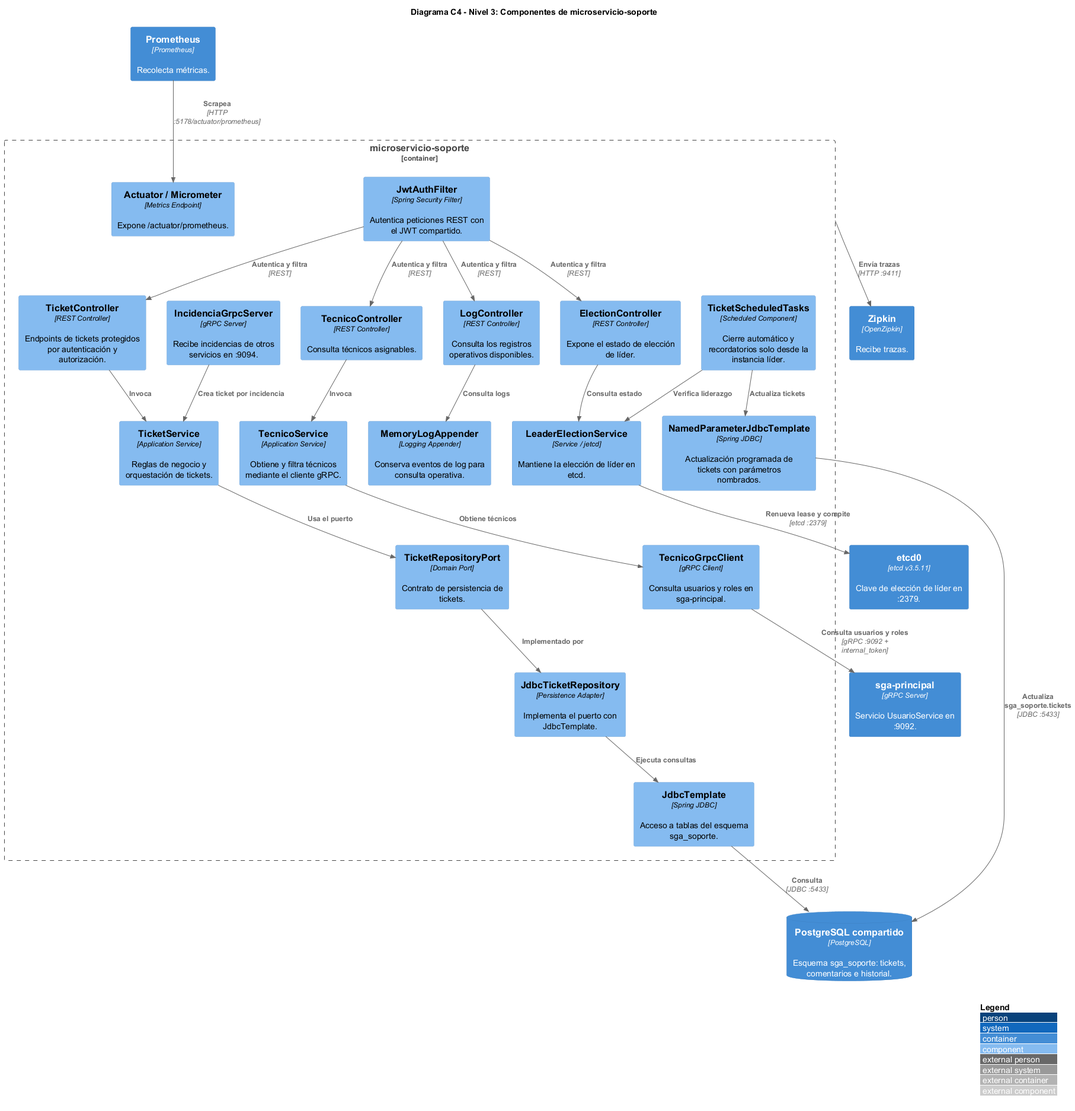
The PlantUML diagram Informe-E4_BCEL/c4_nivel3_componentes.png in gleiston-guerrero/acadtrace, before a commit.
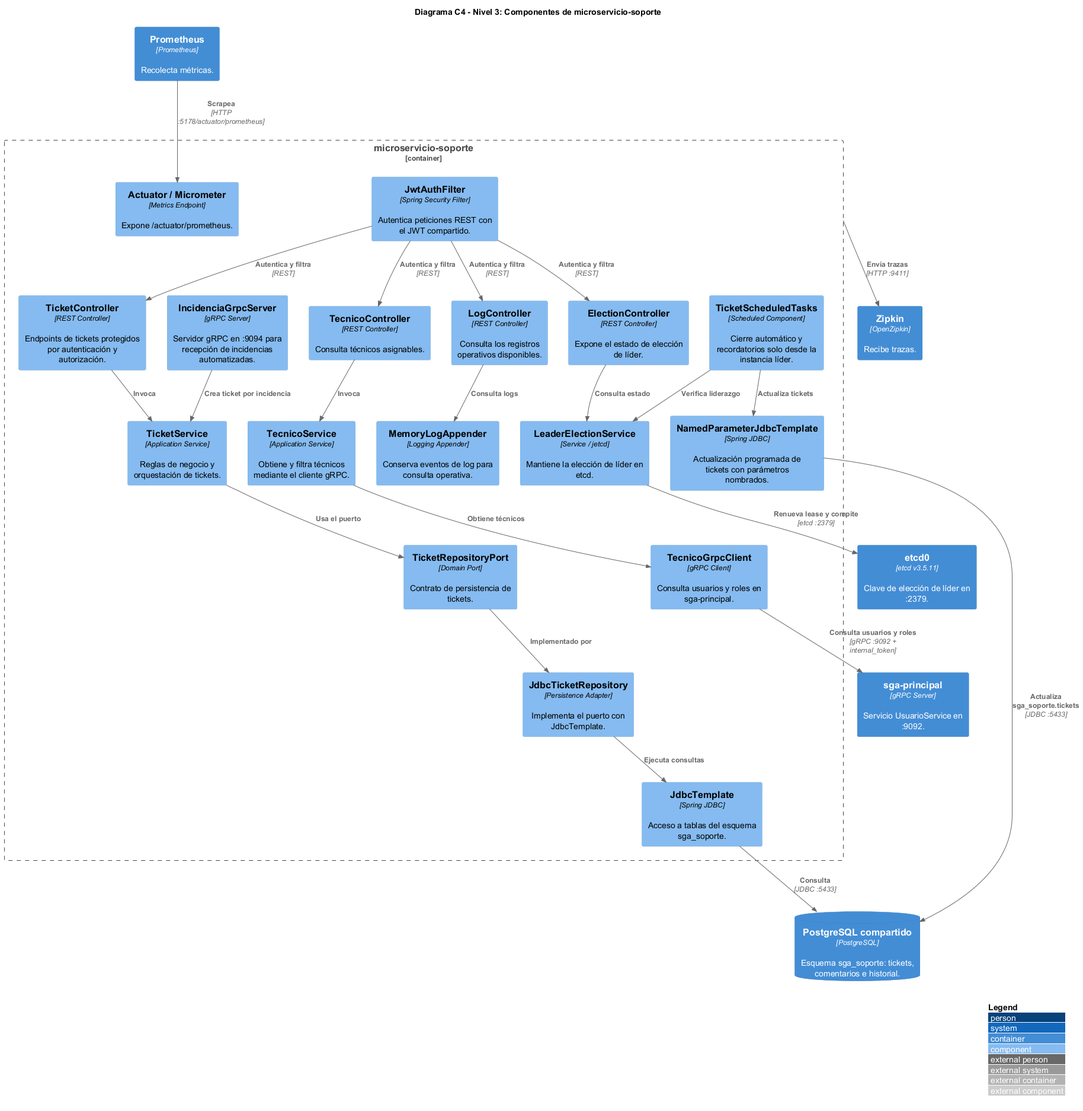
Above is the later version.

The edit, as a diff of the source:
```diff
@@ -20,7 +20,7 @@
     Component(jdbc_template, "JdbcTemplate", "Spring JDBC", "Acceso a tablas del esquema sga_soporte.")
     Component(named_jdbc, "NamedParameterJdbcTemplate", "Spring JDBC", "Actualización programada de tickets con parámetros nombrados.")
     Component(tecnico_grpc, "TecnicoGrpcClient", "gRPC Client", "Consulta usuarios y roles en sga-principal.")
-    Component(incidencia_server, "IncidenciaGrpcServer", "gRPC Server", "Recibe incidencias de otros servicios en :9094.")
+    Component(incidencia_server, "IncidenciaGrpcServer", "gRPC Server", "Servidor gRPC en :9094 para recepción de incidencias automatizadas.")
 
     Component(jwt_filter, "JwtAuthFilter", "Spring Security Filter", "Autentica peticiones REST con el JWT compartido.")
     Component(memory_appender, "MemoryLogAppender", "Logging Appender", "Conserva eventos de log para consulta operativa.")
```
